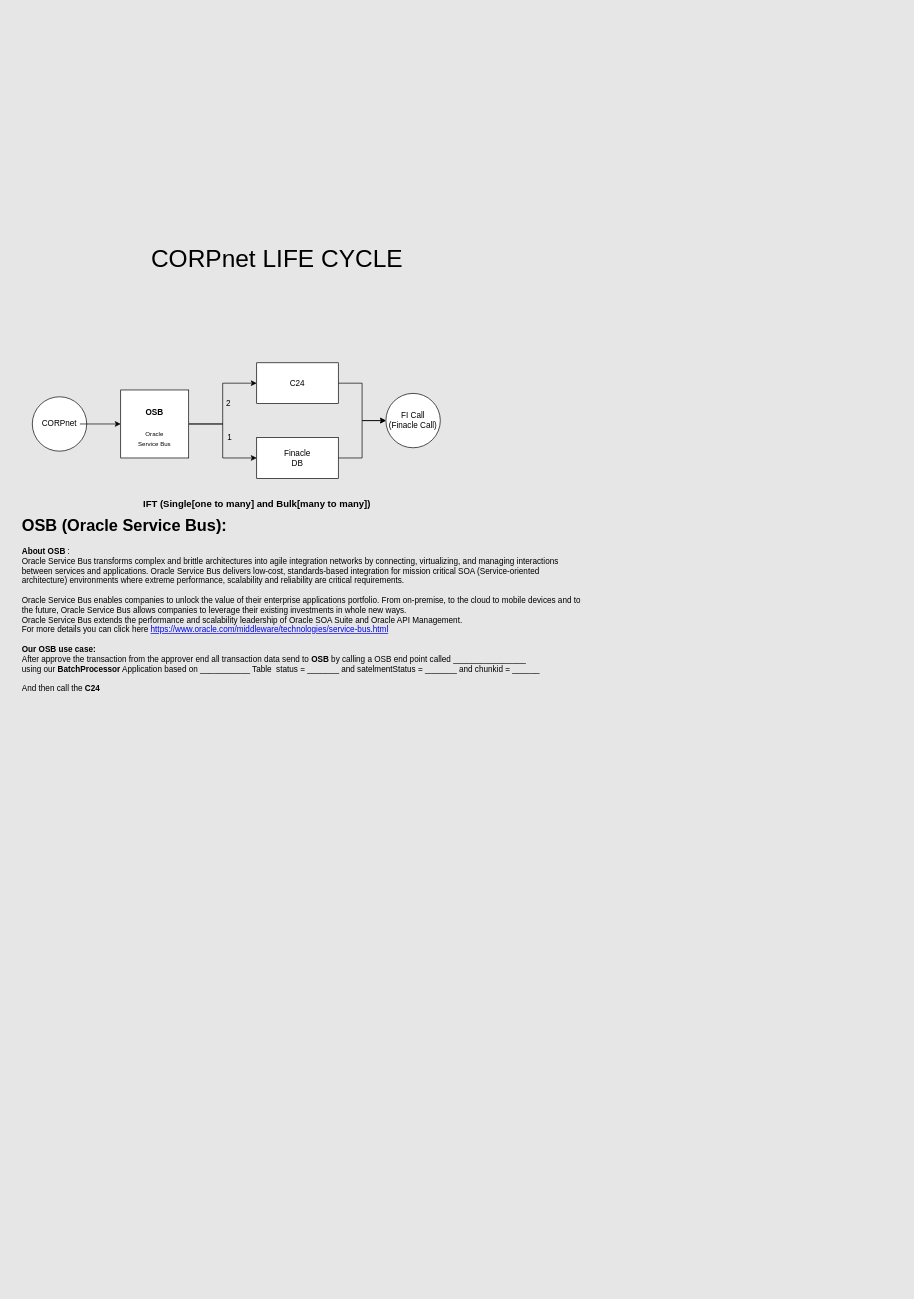
This is Untitled Diagram.drawio from MdGolam-Kibria/ApiForRoadsideHelper, a draw.io file, before an edit. Source tidied: cells renumbered, new cells numbered last; positions are measured from the earlier drawing's top-left corner, leaving out a move shared by most shapes. Both pictures are drawn from the tidied source at 68%, with x=0, y=0 at pixel (12, 240).
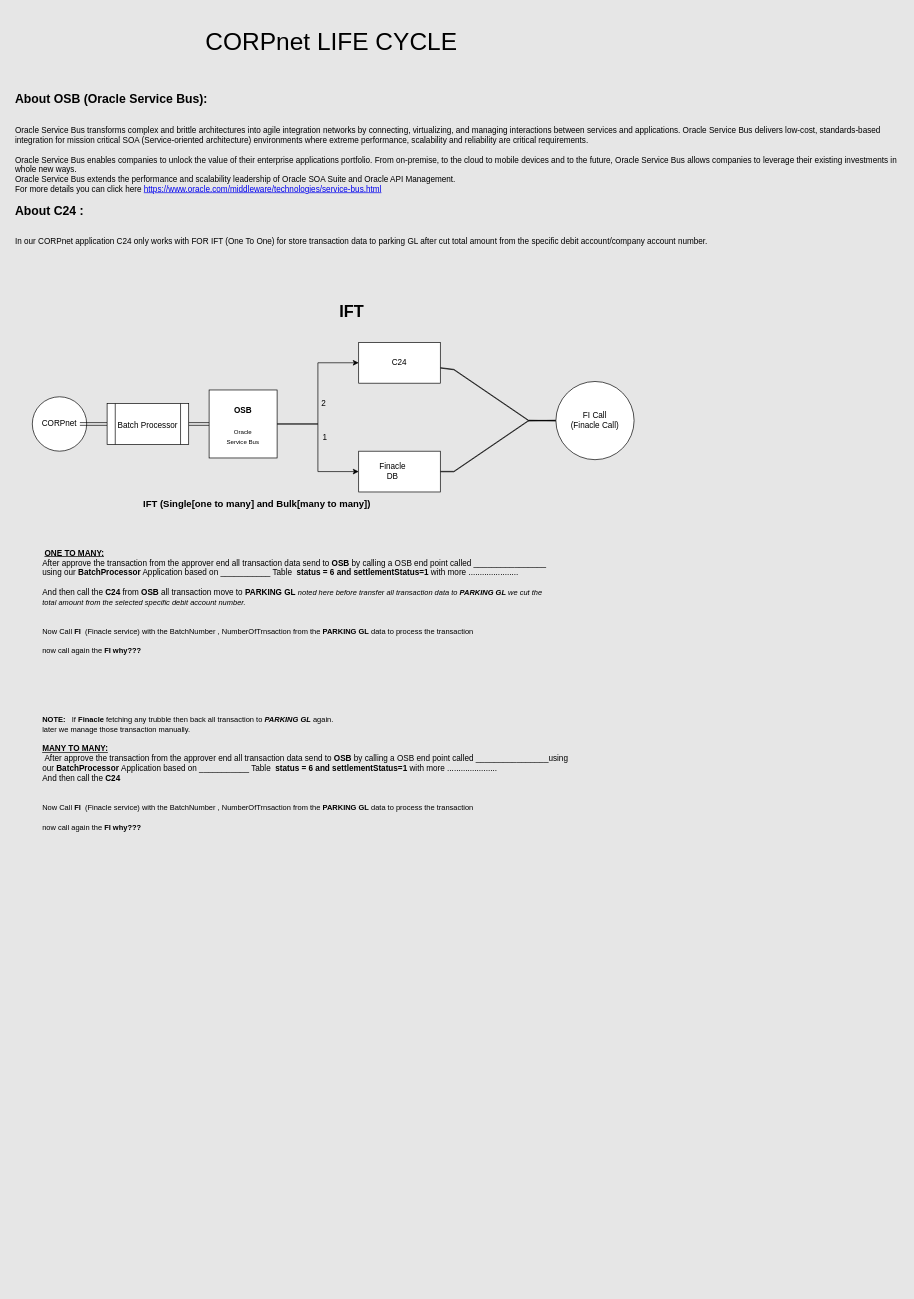
The same page after the edit.

The change refers to these unchanged cells:
```xml
<mxCell id="4" value="CORPnet" style="text;html=1;strokeColor=none;fillColor=none;align=center;verticalAlign=middle;whiteSpace=wrap;rounded=0;" parent="1" vertex="1">
  <mxGeometry x="40" y="255" width="60" height="30" as="geometry" />
</mxCell>
```

Diff of the diagram source:
```diff
@@
-    <mxCell id="3" style="edgeStyle=orthogonalEdgeStyle;rounded=0;jettySize=auto;html=1;entryX=0;entryY=0.5;entryDx=0;entryDy=0;" parent="1" edge="1" source="4" target="7">
-      <mxGeometry relative="1" as="geometry" />
-    </mxCell>
+    <mxCell id="20" style="edgeStyle=orthogonalEdgeStyle;shape=link;rounded=0;jettySize=auto;html=1;entryX=0;entryY=0.5;entryDx=0;entryDy=0;fontSize=18;" parent="1" edge="1" source="4" target="24">
+      <mxGeometry relative="1" as="geometry" />
+    </mxCell>
@@
     <mxCell id="7" style="whiteSpace=wrap;html=1;" parent="1" vertex="1">
-      <mxGeometry x="160" y="220" width="100" height="100" as="geometry" />
+      <mxGeometry x="290" y="220" width="100" height="100" as="geometry" />
     </mxCell>
     <mxCell id="8" value="&lt;h4&gt;OSB&lt;/h4&gt;&lt;font style=&quot;font-size: 9px&quot;&gt;Oracle Service Bus&lt;/font&gt;" style="text;html=1;strokeColor=none;fillColor=none;align=center;verticalAlign=middle;whiteSpace=wrap;rounded=0;" parent="1" vertex="1">
-      <mxGeometry x="180" y="255" width="60" height="25" as="geometry" />
+      <mxGeometry x="310" y="255" width="60" height="20" as="geometry" />
     </mxCell>
+    <mxCell id="11" style="edgeStyle=none;shape=link;rounded=0;jettySize=auto;html=1;exitX=1;exitY=0.5;exitDx=0;exitDy=0;labelBackgroundColor=default;fontFamily=Helvetica;fontSize=18;fontColor=default;endArrow=classic;strokeColor=default;width=0.6666666666666661;" parent="1" edge="1" source="12" target="16">
+      <mxGeometry relative="1" as="geometry">
+        <Array as="points">
+          <mxPoint x="650" y="340" />
+          <mxPoint x="760" y="265" />
+          <mxPoint x="740" y="265" />
+        </Array>
+      </mxGeometry>
+    </mxCell>
-    <mxCell id="9" style="edgeStyle=orthogonalEdgeStyle;rounded=0;jettySize=auto;html=1;fontSize=12;" parent="1" edge="1" source="10" target="16">
-      <mxGeometry relative="1" as="geometry" />
+    <mxCell id="9" style="edgeStyle=none;shape=link;rounded=0;jettySize=auto;html=1;labelBackgroundColor=default;fontFamily=Helvetica;fontSize=18;fontColor=default;endArrow=classic;strokeColor=default;width=0.6666666666666661;" parent="1" edge="1" source="10" target="16">
+      <mxGeometry relative="1" as="geometry">
+        <Array as="points">
+          <mxPoint x="650" y="190" />
+          <mxPoint x="760" y="265" />
+        </Array>
+      </mxGeometry>
     </mxCell>
     <mxCell id="10" value="&lt;font style=&quot;font-size: 12px&quot;&gt;C24&lt;/font&gt;" style="rounded=0;whiteSpace=wrap;html=1;fontSize=9;" parent="1" vertex="1">
-      <mxGeometry x="360" y="180" width="120" height="60" as="geometry" />
+      <mxGeometry x="510" y="150" width="120" height="60" as="geometry" />
     </mxCell>
-    <mxCell id="11" style="edgeStyle=orthogonalEdgeStyle;rounded=0;jettySize=auto;html=1;fontSize=12;" parent="1" edge="1" source="12" target="16">
-      <mxGeometry relative="1" as="geometry" />
-    </mxCell>
     <mxCell id="12" style="rounded=0;whiteSpace=wrap;html=1;fontSize=9;" parent="1" vertex="1">
-      <mxGeometry x="360" y="290" width="120" height="60" as="geometry" />
+      <mxGeometry x="510" y="310" width="120" height="60" as="geometry" />
     </mxCell>
     <mxCell id="13" value="Finacle DB" style="text;html=1;strokeColor=none;fillColor=none;align=center;verticalAlign=middle;whiteSpace=wrap;rounded=0;fontSize=12;" parent="1" vertex="1">
-      <mxGeometry x="390" y="305" width="60" height="30" as="geometry" />
+      <mxGeometry x="530" y="325" width="60" height="30" as="geometry" />
     </mxCell>
     <mxCell id="14" value="1" style="text;html=1;align=center;verticalAlign=middle;strokeColor=none;fillColor=none;fontSize=12;" parent="1" vertex="1">
-      <mxGeometry x="310" y="280" width="20" height="20" as="geometry" />
+      <mxGeometry x="450" y="280" width="20" height="20" as="geometry" />
     </mxCell>
     <mxCell id="15" value="&amp;nbsp; &amp;nbsp; &amp;nbsp; &amp;nbsp; 2" style="text;html=1;align=center;verticalAlign=middle;strokeColor=none;fillColor=none;fontSize=12;" parent="1" vertex="1">
-      <mxGeometry x="280" y="230" width="50" height="20" as="geometry" />
+      <mxGeometry x="420" y="230" width="50" height="20" as="geometry" />
     </mxCell>
     <mxCell id="16" value="FI Call&lt;br&gt;(Finacle Call)" style="ellipse;whiteSpace=wrap;html=1;fontSize=12;" parent="1" vertex="1">
-      <mxGeometry x="550" y="225" width="80" height="80" as="geometry" />
+      <mxGeometry x="800" y="207.5" width="115" height="115" as="geometry" />
     </mxCell>
-    <mxCell id="17" value="&lt;h1&gt;&lt;span&gt;OSB (Oracle Service Bus):&lt;/span&gt;&lt;/h1&gt;&lt;div&gt;&lt;div&gt;&lt;b&gt;About OSB&amp;nbsp;&lt;/b&gt;:&lt;/div&gt;&lt;div&gt;Oracle Service Bus transforms complex and brittle architectures into agile integration networks by connecting, virtualizing, and managing interactions between services and applications. Oracle Service Bus delivers low-cost, standards-based integration for mission critical SOA (Service-oriented architecture) environments where extreme performance, scalability and reliability are critical requirements.&lt;/div&gt;&lt;div&gt;&lt;br&gt;&lt;/div&gt;&lt;div&gt;Oracle Service Bus enables companies to unlock the value of their enterprise applications portfolio. From on-premise, to the cloud to mobile devices and to the future, Oracle Service Bus allows companies to leverage their existing investments in whole new ways.&lt;/div&gt;&lt;div&gt;Oracle Service Bus extends the performance and scalability leadership of Oracle SOA Suite and Oracle API Management.&lt;/div&gt;&lt;div&gt;For more details you can click here&amp;nbsp;&lt;a href=&quot;https://www.oracle.com/middleware/technologies/service-bus.html&quot;&gt;https://www.oracle.com/middleware/technologies/service-bus.html&lt;/a&gt;&lt;/div&gt;&lt;div&gt;&lt;br&gt;&lt;/div&gt;&lt;div&gt;&lt;b&gt;Our OSB use case:&lt;/b&gt;&lt;/div&gt;&lt;div&gt;After approve the transaction from the approver end all transaction data send to &lt;b&gt;OSB&lt;/b&gt;&amp;nbsp;by calling a OSB end point called ________________&lt;/div&gt;&lt;/div&gt;&lt;div&gt;using our &lt;b&gt;BatchProcessor&lt;/b&gt; Application based on ___________ Table&amp;nbsp; status = _______ and satelmentStatus = _______ and chunkid = ______&lt;/div&gt;&lt;div&gt;&lt;br&gt;&lt;/div&gt;&lt;div&gt;And then call the &lt;b&gt;C24&amp;nbsp;&lt;/b&gt;&lt;/div&gt;&lt;div&gt;&lt;br&gt;&lt;/div&gt;" style="text;html=1;strokeColor=none;fillColor=none;spacing=5;spacingTop=-20;whiteSpace=wrap;overflow=hidden;rounded=0;fontSize=12;" parent="1" vertex="1">
-      <mxGeometry x="10" y="400" width="830" height="1120" as="geometry" />
+    <mxCell id="17" value="&lt;div&gt;&lt;div style=&quot;text-align: center&quot;&gt;&lt;br&gt;&lt;/div&gt;&lt;div style=&quot;text-align: center&quot;&gt;&lt;b&gt;&lt;font style=&quot;font-size: 24px&quot;&gt;&lt;br&gt;&lt;/font&gt;&lt;/b&gt;&lt;/div&gt;&lt;div&gt;&lt;b&gt;&lt;span&gt; &amp;nbsp;&lt;/span&gt;&amp;nbsp; &amp;nbsp; &amp;nbsp; &amp;nbsp; &amp;nbsp; &amp;nbsp;&amp;nbsp;&lt;u&gt;ONE TO MANY:&lt;/u&gt;&lt;/b&gt;&lt;/div&gt;&lt;blockquote style=&quot;margin: 0px 0px 0px 40px ; border: none ; padding: 0px&quot;&gt;&lt;div&gt;&lt;/div&gt;&lt;/blockquote&gt;&lt;/div&gt;&lt;blockquote style=&quot;margin: 0 0 0 40px ; border: none ; padding: 0px&quot;&gt;&lt;div&gt;&lt;div&gt;&lt;span&gt;After approve the transaction from the approver end all transaction data send to &lt;/span&gt;&lt;b&gt;OSB&lt;/b&gt;&lt;span&gt;&amp;nbsp;by calling a OSB end point called ________________&lt;/span&gt;&lt;/div&gt;&lt;/div&gt;&lt;div&gt;using our &lt;b&gt;BatchProcessor&lt;/b&gt; Application based on ___________ Table&amp;nbsp; &lt;b&gt;status = 6 and settlementStatus=1&lt;/b&gt; with more ......................&lt;/div&gt;&lt;div&gt;&lt;br&gt;&lt;/div&gt;&lt;div&gt;And then call the &lt;b&gt;C24 &lt;/b&gt;from&lt;b&gt; OSB&amp;nbsp;&lt;/b&gt;all transaction move to&amp;nbsp;&lt;b&gt;PARKING GL&lt;/b&gt;&amp;nbsp;&lt;i&gt;&lt;font style=&quot;font-size: 11px&quot;&gt;noted here before transfer all transaction data to &lt;b&gt;PARKING GL&lt;/b&gt;&amp;nbsp;we cut the&amp;nbsp;&lt;/font&gt;&lt;/i&gt;&lt;/div&gt;&lt;div&gt;&lt;i&gt;&lt;font style=&quot;font-size: 11px&quot;&gt;total amount from the selected specific debit account number.&lt;/font&gt;&lt;/i&gt;&lt;/div&gt;&lt;div&gt;&lt;i&gt;&lt;font style=&quot;font-size: 11px&quot;&gt;&lt;br&gt;&lt;/font&gt;&lt;/i&gt;&lt;/div&gt;&lt;div&gt;&lt;i&gt;&lt;font style=&quot;font-size: 11px&quot;&gt;&lt;br&gt;&lt;/font&gt;&lt;/i&gt;&lt;/div&gt;&lt;div&gt;&lt;span style=&quot;font-size: 11px&quot;&gt;Now Call &lt;b&gt;FI&amp;nbsp;&amp;nbsp;&lt;/b&gt;(Finacle service) with the BatchNumber , NumberOfTrnsaction&lt;b&gt;&amp;nbsp;&lt;/b&gt;from the&amp;nbsp;&lt;/span&gt;&lt;span&gt;&lt;font style=&quot;font-size: 11px&quot;&gt;&lt;b&gt;PARKING GL&lt;/b&gt;&lt;b style=&quot;font-style: italic&quot;&gt; &lt;/b&gt;data to process the transaction&lt;/font&gt;&lt;/span&gt;&lt;/div&gt;&lt;div&gt;&lt;span&gt;&lt;font style=&quot;font-size: 11px&quot;&gt;&lt;br&gt;&lt;/font&gt;&lt;/span&gt;&lt;/div&gt;&lt;div&gt;&lt;font style=&quot;font-size: 11px&quot;&gt;now call again the &lt;b&gt;FI why???&lt;/b&gt;&lt;/font&gt;&lt;/div&gt;&lt;div&gt;&lt;span&gt;&lt;font style=&quot;font-size: 11px&quot;&gt;&lt;b&gt;&lt;br&gt;&lt;/b&gt;&lt;/font&gt;&lt;/span&gt;&lt;/div&gt;&lt;div&gt;&lt;span&gt;&lt;font style=&quot;font-size: 11px&quot;&gt;&lt;b&gt;&lt;br&gt;&lt;/b&gt;&lt;/font&gt;&lt;/span&gt;&lt;/div&gt;&lt;div&gt;&lt;span&gt;&lt;font style=&quot;font-size: 11px&quot;&gt;&lt;b&gt;&lt;br&gt;&lt;/b&gt;&lt;/font&gt;&lt;/span&gt;&lt;/div&gt;&lt;div&gt;&lt;span&gt;&lt;font style=&quot;font-size: 11px&quot;&gt;&lt;b&gt;&lt;br&gt;&lt;/b&gt;&lt;/font&gt;&lt;/span&gt;&lt;/div&gt;&lt;div&gt;&lt;span&gt;&lt;font style=&quot;font-size: 11px&quot;&gt;&lt;b&gt;&lt;br&gt;&lt;/b&gt;&lt;/font&gt;&lt;/span&gt;&lt;/div&gt;&lt;div&gt;&lt;span&gt;&lt;font style=&quot;font-size: 11px&quot;&gt;&lt;b&gt;&lt;br&gt;&lt;/b&gt;&lt;/font&gt;&lt;/span&gt;&lt;/div&gt;&lt;div&gt;&lt;font&gt;&lt;b style=&quot;font-size: 11px&quot;&gt;NOTE:&amp;nbsp; &amp;nbsp;&lt;/b&gt;&lt;span style=&quot;font-size: 11px&quot;&gt;If&lt;/span&gt; &lt;b style=&quot;font-size: 11px&quot;&gt;Finacle&amp;nbsp;&lt;/b&gt;&lt;span style=&quot;font-size: 11px&quot;&gt;fetching&lt;b&gt; &lt;/b&gt;any t&lt;/span&gt;&lt;/font&gt;&lt;span style=&quot;font-size: 11px&quot;&gt;rubble then back all transaction to&amp;nbsp;&lt;/span&gt;&lt;span&gt;&lt;font style=&quot;font-size: 11px&quot;&gt;&lt;b style=&quot;font-style: italic&quot;&gt;PARKING GL&lt;/b&gt;&lt;i&gt;&amp;nbsp;&lt;/i&gt;again.&amp;nbsp;&lt;/font&gt;&lt;/span&gt;&lt;/div&gt;&lt;div&gt;&lt;span&gt;&lt;font style=&quot;font-size: 11px&quot;&gt;later we manage those transaction manually.&lt;i&gt;&amp;nbsp;&lt;/i&gt;&lt;/font&gt;&lt;/span&gt;&lt;/div&gt;&lt;div&gt;&lt;u&gt;&lt;b&gt;&lt;br&gt;&lt;/b&gt;&lt;/u&gt;&lt;/div&gt;&lt;div&gt;&lt;u&gt;&lt;b&gt;MANY TO MANY:&lt;/b&gt;&lt;/u&gt;&lt;br&gt;&lt;/div&gt;&lt;div&gt;&amp;nbsp;After approve the transaction from the approver end all transaction data send to&amp;nbsp;&lt;b&gt;OSB&lt;/b&gt;&amp;nbsp;by calling a OSB end point called ________________using our&amp;nbsp;&lt;b&gt;BatchProcessor&lt;/b&gt;&amp;nbsp;Application based on ___________ &lt;span&gt;Table&amp;nbsp; &lt;b&gt;status = 6 and settlementStatus=1&lt;/b&gt; with more ......................&lt;/span&gt;&lt;/div&gt;&lt;div&gt;&lt;div&gt;And then call the&amp;nbsp;&lt;b&gt;C24&amp;nbsp;&lt;/b&gt;&lt;/div&gt;&lt;div&gt;&lt;br&gt;&lt;/div&gt;&lt;div&gt;&lt;br&gt;&lt;/div&gt;&lt;div&gt;&lt;span style=&quot;font-size: 11px&quot;&gt;Now Call&amp;nbsp;&lt;b&gt;FI&amp;nbsp;&amp;nbsp;&lt;/b&gt;(Finacle service) with the BatchNumber , NumberOfTrnsaction&lt;b&gt;&amp;nbsp;&lt;/b&gt;from the&amp;nbsp;&lt;/span&gt;&lt;font style=&quot;font-size: 11px&quot;&gt;&lt;b&gt;PARKING GL&lt;/b&gt;&lt;b style=&quot;font-style: italic&quot;&gt;&amp;nbsp;&lt;/b&gt;data to process the transaction&lt;/font&gt;&lt;/div&gt;&lt;div&gt;&lt;font style=&quot;font-size: 11px&quot;&gt;&lt;br&gt;&lt;/font&gt;&lt;/div&gt;&lt;div&gt;&lt;font style=&quot;font-size: 11px&quot;&gt;now call again the&amp;nbsp;&lt;b&gt;FI why???&lt;/b&gt;&lt;/font&gt;&lt;/div&gt;&lt;/div&gt;&lt;div&gt;&lt;font&gt;&lt;span style=&quot;font-size: 11px&quot;&gt;&amp;nbsp;&lt;/span&gt;&lt;/font&gt;&lt;/div&gt;&lt;/blockquote&gt;&lt;div&gt;&lt;b&gt;&lt;br&gt;&lt;/b&gt;&lt;/div&gt;&lt;div&gt;&lt;b&gt;&lt;br&gt;&lt;/b&gt;&lt;/div&gt;&lt;div&gt;&lt;br&gt;&lt;/div&gt;" style="text;html=1;strokeColor=none;fillColor=none;spacing=5;spacingTop=-20;overflow=hidden;rounded=0;fontSize=12;labelBackgroundColor=none;labelBorderColor=none;whiteSpace=wrap;direction=west;" parent="1" vertex="1">
+      <mxGeometry y="420" width="840" height="1120" as="geometry" />
     </mxCell>
     <mxCell id="18" value="&lt;h1&gt;&lt;span style=&quot;font-weight: normal&quot;&gt;&lt;font style=&quot;font-size: 36px&quot;&gt;CORPnet LIFE CYCLE&lt;/font&gt;&lt;/span&gt;&lt;/h1&gt;" style="text;html=1;strokeColor=none;fillColor=none;spacing=5;spacingTop=-20;whiteSpace=wrap;overflow=hidden;rounded=0;fontSize=12;align=center;" parent="1" vertex="1">
-      <mxGeometry width="780" height="50" as="geometry" />
+      <mxGeometry x="80" y="-320" width="780" height="50" as="geometry" />
     </mxCell>
@@
+    <mxCell id="21" value="&lt;h1&gt;&lt;font style=&quot;font-size: 18px&quot;&gt;About OSB (Oracle Service Bus):&lt;/font&gt;&lt;/h1&gt;&lt;div&gt;&lt;div style=&quot;font-size: 12px&quot;&gt;Oracle Service Bus transforms complex and brittle architectures into agile integration networks by connecting, virtualizing, and managing interactions between services and applications. Oracle Service Bus delivers low-cost, standards-based integration for mission critical SOA (Service-oriented architecture) environments where extreme performance, scalability and reliability are critical requirements.&lt;/div&gt;&lt;div style=&quot;font-size: 12px&quot;&gt;&lt;br&gt;&lt;/div&gt;&lt;div style=&quot;font-size: 12px&quot;&gt;Oracle Service Bus enables companies to unlock the value of their enterprise applications portfolio. From on-premise, to the cloud to mobile devices and to the future, Oracle Service Bus allows companies to leverage their existing investments in whole new ways.&lt;/div&gt;&lt;div style=&quot;font-size: 12px&quot;&gt;Oracle Service Bus extends the performance and scalability leadership of Oracle SOA Suite and Oracle API Management.&lt;/div&gt;&lt;div style=&quot;font-size: 12px&quot;&gt;For more details you can click here&amp;nbsp;&lt;a href=&quot;https://www.oracle.com/middleware/technologies/service-bus.html&quot;&gt;https://www.oracle.com/middleware/technologies/service-bus.html&lt;/a&gt;&lt;/div&gt;&lt;div style=&quot;font-size: 12px&quot;&gt;&lt;br&gt;&lt;/div&gt;&lt;div&gt;&lt;font style=&quot;font-size: 18px&quot;&gt;&lt;b&gt;About C24 :&lt;/b&gt;&lt;/font&gt;&lt;/div&gt;&lt;/div&gt;&lt;div&gt;&lt;font style=&quot;font-size: 18px&quot;&gt;&lt;b&gt;&lt;br&gt;&lt;/b&gt;&lt;/font&gt;&lt;/div&gt;&lt;div&gt;&lt;span style=&quot;font-size: 12px&quot;&gt;In our CORPnet application C24 only works with FOR IFT (One To One) for store transaction data to parking GL after cut total amount from the specific debit account/company account number.&lt;/span&gt;&lt;span style=&quot;font-size: 12px&quot;&gt;&amp;nbsp;&lt;/span&gt;&lt;/div&gt;&lt;div&gt;&lt;font style=&quot;font-size: 18px&quot;&gt;&lt;b&gt;&lt;br&gt;&lt;/b&gt;&lt;/font&gt;&lt;/div&gt;&lt;div&gt;&lt;font style=&quot;font-size: 18px&quot;&gt;&lt;b&gt;&lt;br&gt;&lt;/b&gt;&lt;/font&gt;&lt;/div&gt;" style="text;html=1;strokeColor=none;fillColor=none;spacing=5;spacingTop=-20;whiteSpace=wrap;overflow=hidden;rounded=0;labelBackgroundColor=none;labelBorderColor=none;fontSize=18;" parent="1" vertex="1">
+      <mxGeometry y="-250" width="1310" height="300" as="geometry" />
+    </mxCell>
+    <mxCell id="22" value="&lt;b style=&quot;font-size: 12px&quot;&gt;&lt;font style=&quot;font-size: 24px&quot;&gt;IFT&lt;/font&gt;&lt;/b&gt;" style="text;html=1;strokeColor=none;fillColor=none;align=center;verticalAlign=middle;whiteSpace=wrap;rounded=0;labelBackgroundColor=none;labelBorderColor=none;fontSize=18;" parent="1" vertex="1">
+      <mxGeometry x="470" y="90" width="60" height="30" as="geometry" />
+    </mxCell>
+    <mxCell id="23" style="edgeStyle=orthogonalEdgeStyle;shape=link;rounded=0;jettySize=auto;html=1;exitX=1;exitY=0.5;exitDx=0;exitDy=0;entryX=0;entryY=0.5;entryDx=0;entryDy=0;labelBackgroundColor=default;fontFamily=Helvetica;fontSize=18;fontColor=default;endArrow=classic;strokeColor=default;" parent="1" edge="1" source="24" target="7">
+      <mxGeometry relative="1" as="geometry" />
+    </mxCell>
+    <mxCell id="24" value="&lt;font style=&quot;font-size: 12px&quot;&gt;Batch Processor&lt;/font&gt;" style="shape=process;whiteSpace=wrap;html=1;backgroundOutline=1;rounded=0;labelBackgroundColor=none;labelBorderColor=none;fontSize=18;" parent="1" vertex="1">
+      <mxGeometry x="140" y="240" width="120" height="60" as="geometry" />
+    </mxCell>
+    <mxCell id="25" style="edgeStyle=none;shape=link;rounded=0;orthogonalLoop=1;jettySize=auto;html=1;exitX=0.5;exitY=0;exitDx=0;exitDy=0;labelBackgroundColor=default;fontFamily=Helvetica;fontSize=12;fontColor=default;endArrow=classic;strokeColor=default;" parent="1" edge="1" source="18" target="18">
+      <mxGeometry relative="1" as="geometry" />
+    </mxCell>
```
